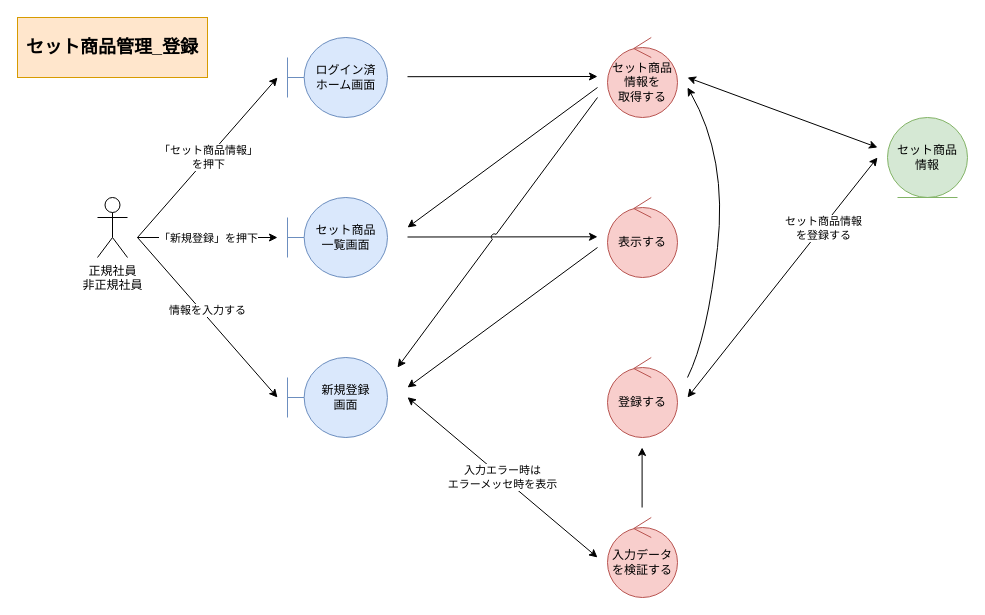
Above: page "*セット商品管理_登録" (3 of 6) of 各種設計書/3ロバストネス図/商品情報管理/1.在庫管理.drawio in HaruShim/Sotuken (draw.io), before the change. Source tidied: cells renumbered, new cells numbered last; positions are measured from the earlier drawing's top-left corner, leaving out a move shared by most shapes. Both pictures are drawn from the tidied source at 100%, with x=0, y=0 at pixel (17, 17).
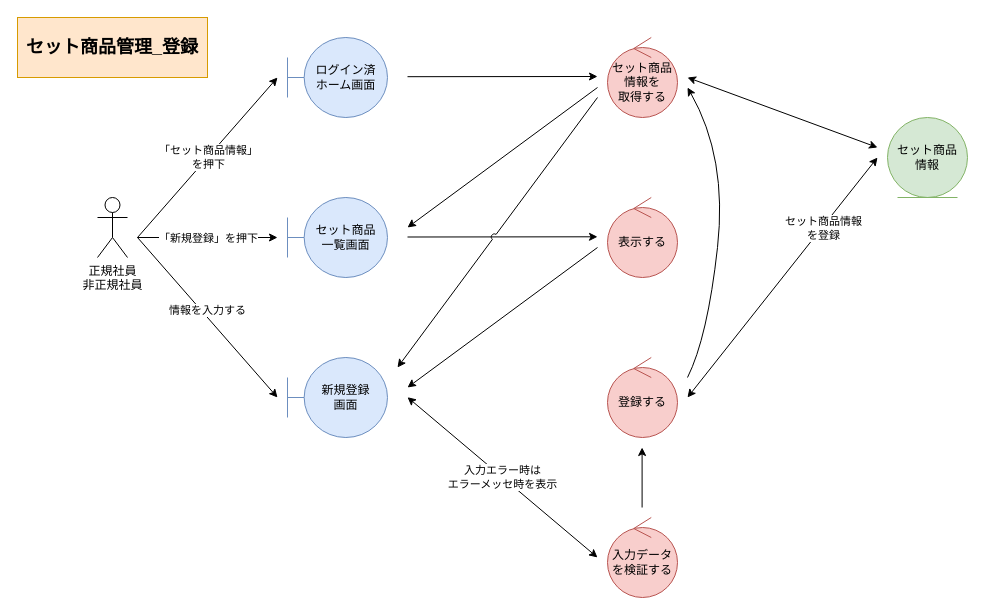
After the change.

Unchanged cells that the change refers to:
```xml
<mxCell id="24" style="endArrow=classic;html=1;rounded=0;endFill=1;startArrow=classic;startFill=1;strokeColor=default;labelBackgroundColor=default;fontColor=default;" parent="1" edge="1">
  <mxGeometry relative="1" as="geometry">
    <mxPoint x="860" y="140" as="sourcePoint" />
    <mxPoint x="670" y="380" as="targetPoint" />
  </mxGeometry>
</mxCell>
```

Change to the diagram source:
```diff
@@
-    <mxCell id="25" value="セット商品情報&lt;br&gt;を登録する" style="edgeLabel;html=1;align=center;verticalAlign=middle;fontColor=default;labelBackgroundColor=default;" parent="24" vertex="1">
+    <mxCell id="25" value="セット商品情報&lt;br&gt;を登録" style="edgeLabel;html=1;align=center;verticalAlign=middle;fontColor=default;labelBackgroundColor=default;" parent="24" vertex="1">
       <mxGeometry x="-0.41" relative="1" as="geometry">
         <mxPoint x="1" as="offset" />
       </mxGeometry>
     </mxCell>
```
